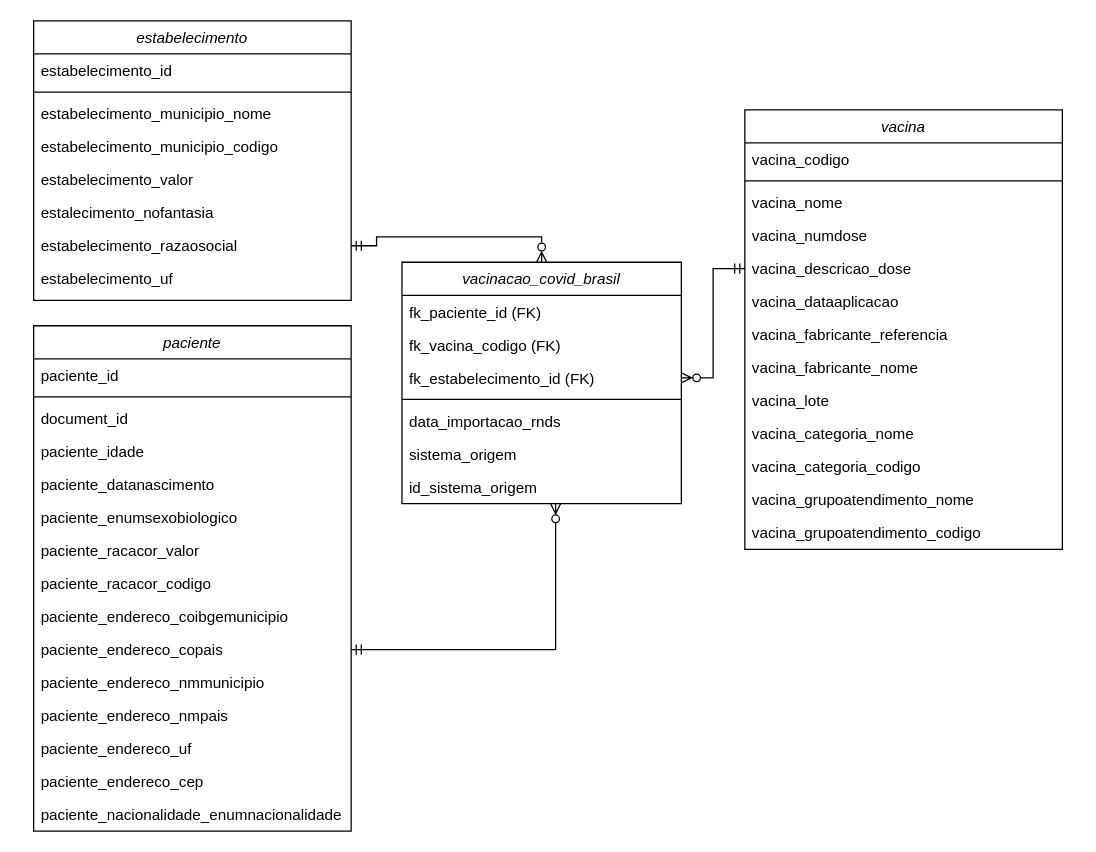
The draw.io diagram ModeloDimensional.drawio in troclaux/dw-trabalho-final-grupo, before the edit. Source tidied: cells renumbered, new cells numbered last; positions are measured from the earlier drawing's top-left corner, leaving out a move shared by most shapes. Both pictures are drawn from the tidied source at 127%, with x=0, y=0 at pixel (33, 20).
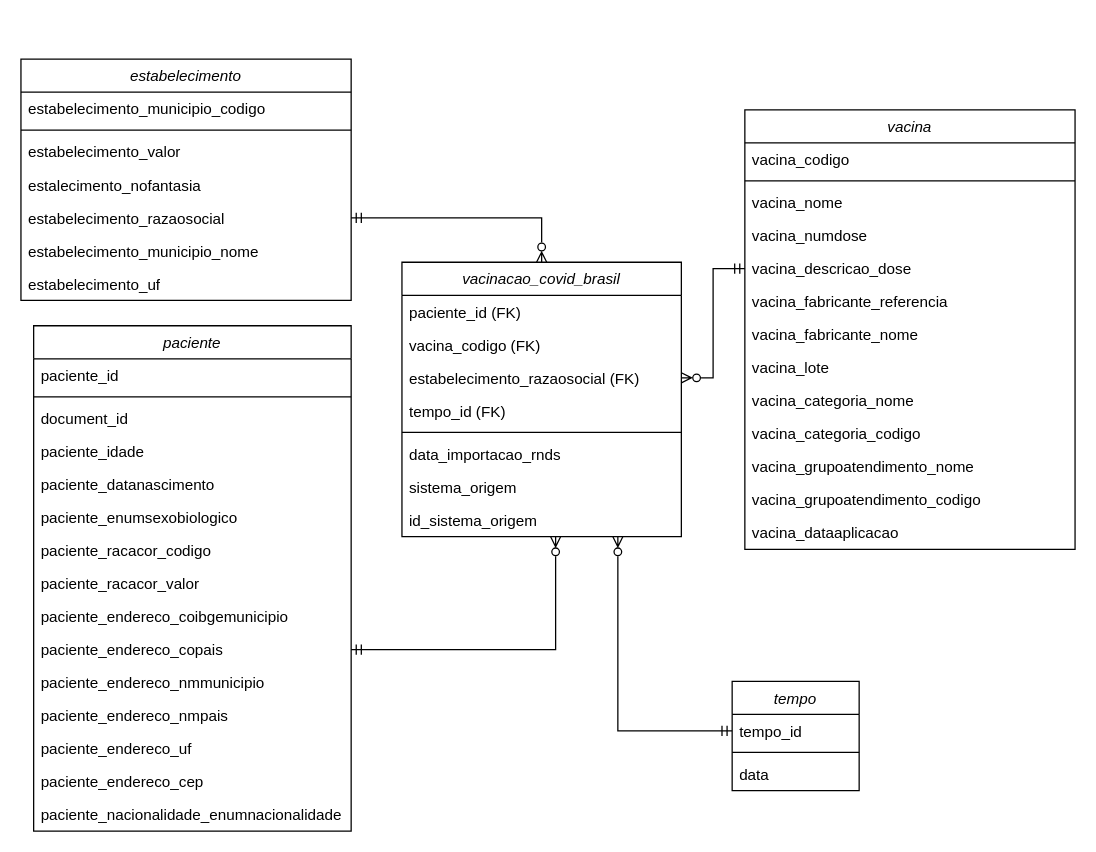
The same diagram, later.

Commit message (it also covers changes not shown here):
chore: atualiza modelo dimensional com datas

The change refers to these unchanged cells:
```xml
<mxCell id="12" value="paciente_endereco_copais" style="text;align=left;verticalAlign=top;spacingLeft=4;spacingRight=4;overflow=hidden;points=[[0,0.5],[1,0.5]];portConstraint=eastwest;" parent="2" vertex="1">
  <mxGeometry y="242" width="250" height="26" as="geometry" />
</mxCell>
```

Change to the diagram source:
```diff
@@
-    <mxCell id="0" />
-    <mxCell id="1" parent="0" />
+    <mxCell id="52" />
+    <mxCell id="53" parent="52" />
-    <mxCell id="2" value="paciente" style="swimlane;fontStyle=2;align=center;verticalAlign=top;horizontal=1;startSize=26;rounded=0;shadow=0;strokeWidth=1;" parent="1" vertex="1">
+    <mxCell id="2" value="paciente" style="swimlane;fontStyle=2;align=center;verticalAlign=top;horizontal=1;startSize=26;rounded=0;shadow=0;strokeWidth=1;" parent="53" vertex="1">
       <mxGeometry y="240" width="250" height="398" as="geometry" />
     </mxCell>
@@
-    <mxCell id="4" style="line;html=1;strokeWidth=1;align=left;verticalAlign=middle;spacingTop=-1;spacingLeft=3;spacingRight=3;labelPosition=right;" parent="2" vertex="1">
-      <mxGeometry y="52" width="250" height="8" as="geometry" />
-    </mxCell>
+    <mxCell id="54" style="line;html=1;strokeWidth=1;align=left;verticalAlign=middle;spacingTop=-1;spacingLeft=3;spacingRight=3;labelPosition=right;" parent="2" vertex="1">
+      <mxGeometry y="52" width="250" height="8" as="geometry" />
+    </mxCell>
@@
+    <mxCell id="10" value="paciente_racacor_codigo" style="text;align=left;verticalAlign=top;spacingLeft=4;spacingRight=4;overflow=hidden;" parent="2" vertex="1">
+      <mxGeometry y="164" width="250" height="26" as="geometry" />
+    </mxCell>
     <mxCell id="9" value="paciente_racacor_valor" style="text;align=left;verticalAlign=top;spacingLeft=4;spacingRight=4;overflow=hidden;" parent="2" vertex="1">
-      <mxGeometry y="164" width="250" height="26" as="geometry" />
+      <mxGeometry y="190" width="250" height="26" as="geometry" />
     </mxCell>
-    <mxCell id="10" value="paciente_racacor_codigo" style="text;align=left;verticalAlign=top;spacingLeft=4;spacingRight=4;overflow=hidden;" parent="2" vertex="1">
-      <mxGeometry y="190" width="250" height="26" as="geometry" />
-    </mxCell>
@@
-    <mxCell id="18" value="vacinacao_covid_brasil" style="swimlane;fontStyle=2;align=center;verticalAlign=top;horizontal=1;startSize=26;rounded=0;shadow=0;strokeWidth=1;" parent="1" vertex="1">
-      <mxGeometry x="290" y="190" width="220" height="190" as="geometry" />
+    <mxCell id="18" value="vacinacao_covid_brasil" style="swimlane;fontStyle=2;align=center;verticalAlign=top;horizontal=1;startSize=26;rounded=0;shadow=0;strokeWidth=1;" parent="53" vertex="1">
+      <mxGeometry x="290" y="190" width="220" height="216" as="geometry" />
     </mxCell>
-    <mxCell id="19" value="fk_paciente_id (FK)" style="text;align=left;verticalAlign=top;spacingLeft=4;spacingRight=4;overflow=hidden;" parent="18" vertex="1">
-      <mxGeometry y="26" width="220" height="26" as="geometry" />
-    </mxCell>
-    <mxCell id="20" value="fk_vacina_codigo (FK)" style="text;align=left;verticalAlign=top;spacingLeft=4;spacingRight=4;overflow=hidden;rounded=0;shadow=0;html=0;" parent="18" vertex="1">
-      <mxGeometry y="52" width="220" height="26" as="geometry" />
-    </mxCell>
-    <mxCell id="21" value="fk_estabelecimento_id (FK)" style="text;align=left;verticalAlign=top;spacingLeft=4;spacingRight=4;overflow=hidden;points=[[0,0.5],[1,0.5]];portConstraint=eastwest;rounded=0;shadow=0;html=0;" parent="18" vertex="1">
-      <mxGeometry y="78" width="220" height="26" as="geometry" />
-    </mxCell>
-    <mxCell id="22" style="line;html=1;strokeWidth=1;align=left;verticalAlign=middle;spacingTop=-1;spacingLeft=3;spacingRight=3;labelPosition=right;" parent="18" vertex="1">
-      <mxGeometry y="104" width="220" height="8" as="geometry" />
-    </mxCell>
+    <mxCell id="55" value="paciente_id (FK)" style="text;align=left;verticalAlign=top;spacingLeft=4;spacingRight=4;overflow=hidden;" parent="18" vertex="1">
+      <mxGeometry y="26" width="220" height="26" as="geometry" />
+    </mxCell>
+    <mxCell id="56" value="vacina_codigo (FK)" style="text;align=left;verticalAlign=top;spacingLeft=4;spacingRight=4;overflow=hidden;rounded=0;shadow=0;html=0;" parent="18" vertex="1">
+      <mxGeometry y="52" width="220" height="26" as="geometry" />
+    </mxCell>
+    <mxCell id="57" value="estabelecimento_razaosocial (FK)" style="text;align=left;verticalAlign=top;spacingLeft=4;spacingRight=4;overflow=hidden;points=[[0,0.5],[1,0.5]];portConstraint=eastwest;rounded=0;shadow=0;html=0;" parent="18" vertex="1">
+      <mxGeometry y="78" width="220" height="26" as="geometry" />
+    </mxCell>
+    <mxCell id="58" value="tempo_id (FK)" style="text;align=left;verticalAlign=top;spacingLeft=4;spacingRight=4;overflow=hidden;rounded=0;shadow=0;html=0;" parent="18" vertex="1">
+      <mxGeometry y="104" width="220" height="26" as="geometry" />
+    </mxCell>
+    <mxCell id="59" style="line;html=1;strokeWidth=1;align=left;verticalAlign=middle;spacingTop=-1;spacingLeft=3;spacingRight=3;labelPosition=right;" parent="18" vertex="1">
+      <mxGeometry y="130" width="220" height="8" as="geometry" />
+    </mxCell>
     <mxCell id="23" value="data_importacao_rnds" style="text;align=left;verticalAlign=top;spacingLeft=4;spacingRight=4;overflow=hidden;" parent="18" vertex="1">
-      <mxGeometry y="112" width="220" height="26" as="geometry" />
+      <mxGeometry y="138" width="220" height="26" as="geometry" />
     </mxCell>
     <mxCell id="24" value="sistema_origem" style="text;align=left;verticalAlign=top;spacingLeft=4;spacingRight=4;overflow=hidden;" parent="18" vertex="1">
-      <mxGeometry y="138" width="220" height="26" as="geometry" />
+      <mxGeometry y="164" width="220" height="26" as="geometry" />
     </mxCell>
     <mxCell id="25" value="id_sistema_origem" style="text;align=left;verticalAlign=top;spacingLeft=4;spacingRight=4;overflow=hidden;points=[[0,0.5],[1,0.5]];portConstraint=eastwest;" parent="18" vertex="1">
-      <mxGeometry y="164" width="220" height="26" as="geometry" />
+      <mxGeometry y="190" width="220" height="26" as="geometry" />
     </mxCell>
-    <mxCell id="26" value="estabelecimento" style="swimlane;fontStyle=2;align=center;verticalAlign=top;horizontal=1;startSize=26;rounded=0;shadow=0;strokeWidth=1;" parent="1" vertex="1">
-      <mxGeometry width="250" height="220" as="geometry" />
+    <mxCell id="26" value="estabelecimento" style="swimlane;fontStyle=2;align=center;verticalAlign=top;horizontal=1;startSize=26;rounded=0;shadow=0;strokeWidth=1;" parent="53" vertex="1">
+      <mxGeometry x="-10" y="30" width="260" height="190" as="geometry" />
     </mxCell>
-    <mxCell id="27" value="estabelecimento_id" style="text;align=left;verticalAlign=top;spacingLeft=4;spacingRight=4;overflow=hidden;" parent="26" vertex="1">
-      <mxGeometry y="26" width="250" height="26" as="geometry" />
-    </mxCell>
-    <mxCell id="28" style="line;html=1;strokeWidth=1;align=left;verticalAlign=middle;spacingTop=-1;spacingLeft=3;spacingRight=3;labelPosition=right;" parent="26" vertex="1">
-      <mxGeometry y="52" width="250" height="8" as="geometry" />
-    </mxCell>
-    <mxCell id="29" value="estabelecimento_municipio_nome" style="text;align=left;verticalAlign=top;spacingLeft=4;spacingRight=4;overflow=hidden;" parent="26" vertex="1">
-      <mxGeometry y="60" width="250" height="26" as="geometry" />
-    </mxCell>
     <mxCell id="30" value="estabelecimento_municipio_codigo" style="text;align=left;verticalAlign=top;spacingLeft=4;spacingRight=4;overflow=hidden;" parent="26" vertex="1">
-      <mxGeometry y="86" width="250" height="26" as="geometry" />
+      <mxGeometry y="26" width="260" height="26" as="geometry" />
     </mxCell>
+    <mxCell id="60" style="line;html=1;strokeWidth=1;align=left;verticalAlign=middle;spacingTop=-1;spacingLeft=3;spacingRight=3;labelPosition=right;" parent="26" vertex="1">
+      <mxGeometry y="52" width="260" height="8" as="geometry" />
+    </mxCell>
     <mxCell id="31" value="estabelecimento_valor" style="text;align=left;verticalAlign=top;spacingLeft=4;spacingRight=4;overflow=hidden;" parent="26" vertex="1">
-      <mxGeometry y="112" width="250" height="26" as="geometry" />
+      <mxGeometry y="60" width="260" height="26" as="geometry" />
     </mxCell>
     <mxCell id="32" value="estalecimento_nofantasia" style="text;align=left;verticalAlign=top;spacingLeft=4;spacingRight=4;overflow=hidden;" parent="26" vertex="1">
-      <mxGeometry y="138" width="250" height="26" as="geometry" />
+      <mxGeometry y="86" width="260" height="26" as="geometry" />
     </mxCell>
     <mxCell id="33" value="estabelecimento_razaosocial" style="text;align=left;verticalAlign=top;spacingLeft=4;spacingRight=4;overflow=hidden;points=[[0,0.5],[1,0.5]];portConstraint=eastwest;" parent="26" vertex="1">
-      <mxGeometry y="164" width="250" height="26" as="geometry" />
+      <mxGeometry y="112" width="260" height="26" as="geometry" />
     </mxCell>
+    <mxCell id="29" value="estabelecimento_municipio_nome" style="text;align=left;verticalAlign=top;spacingLeft=4;spacingRight=4;overflow=hidden;" parent="26" vertex="1">
+      <mxGeometry y="138" width="260" height="26" as="geometry" />
+    </mxCell>
     <mxCell id="34" value="estabelecimento_uf" style="text;align=left;verticalAlign=top;spacingLeft=4;spacingRight=4;overflow=hidden;" parent="26" vertex="1">
-      <mxGeometry y="190" width="250" height="26" as="geometry" />
+      <mxGeometry y="164" width="260" height="26" as="geometry" />
     </mxCell>
-    <mxCell id="35" value="vacina" style="swimlane;fontStyle=2;align=center;verticalAlign=top;horizontal=1;startSize=26;rounded=0;shadow=0;strokeWidth=1;" parent="1" vertex="1">
-      <mxGeometry x="560" y="70" width="250" height="346" as="geometry" />
+    <mxCell id="35" value="vacina" style="swimlane;fontStyle=2;align=center;verticalAlign=top;horizontal=1;startSize=26;rounded=0;shadow=0;strokeWidth=1;" parent="53" vertex="1">
+      <mxGeometry x="560" y="70" width="260" height="346" as="geometry" />
     </mxCell>
     <mxCell id="36" value="vacina_codigo" style="text;align=left;verticalAlign=top;spacingLeft=4;spacingRight=4;overflow=hidden;" parent="35" vertex="1">
-      <mxGeometry y="26" width="250" height="26" as="geometry" />
+      <mxGeometry y="26" width="260" height="26" as="geometry" />
     </mxCell>
-    <mxCell id="37" style="line;html=1;strokeWidth=1;align=left;verticalAlign=middle;spacingTop=-1;spacingLeft=3;spacingRight=3;labelPosition=right;" parent="35" vertex="1">
-      <mxGeometry y="52" width="250" height="8" as="geometry" />
-    </mxCell>
+    <mxCell id="61" style="line;html=1;strokeWidth=1;align=left;verticalAlign=middle;spacingTop=-1;spacingLeft=3;spacingRight=3;labelPosition=right;" parent="35" vertex="1">
+      <mxGeometry y="52" width="260" height="8" as="geometry" />
+    </mxCell>
     <mxCell id="38" value="vacina_nome" style="text;align=left;verticalAlign=top;spacingLeft=4;spacingRight=4;overflow=hidden;" parent="35" vertex="1">
-      <mxGeometry y="60" width="250" height="26" as="geometry" />
+      <mxGeometry y="60" width="260" height="26" as="geometry" />
     </mxCell>
     <mxCell id="39" value="vacina_numdose" style="text;align=left;verticalAlign=top;spacingLeft=4;spacingRight=4;overflow=hidden;" parent="35" vertex="1">
-      <mxGeometry y="86" width="250" height="26" as="geometry" />
+      <mxGeometry y="86" width="260" height="26" as="geometry" />
     </mxCell>
     <mxCell id="40" value="vacina_descricao_dose" style="text;align=left;verticalAlign=top;spacingLeft=4;spacingRight=4;overflow=hidden;points=[[0,0.5],[1,0.5]];portConstraint=eastwest;" parent="35" vertex="1">
-      <mxGeometry y="112" width="250" height="26" as="geometry" />
+      <mxGeometry y="112" width="260" height="26" as="geometry" />
     </mxCell>
-    <mxCell id="41" value="vacina_dataaplicacao" style="text;align=left;verticalAlign=top;spacingLeft=4;spacingRight=4;overflow=hidden;" parent="35" vertex="1">
-      <mxGeometry y="138" width="250" height="26" as="geometry" />
-    </mxCell>
     <mxCell id="42" value="vacina_fabricante_referencia" style="text;align=left;verticalAlign=top;spacingLeft=4;spacingRight=4;overflow=hidden;" parent="35" vertex="1">
-      <mxGeometry y="164" width="250" height="26" as="geometry" />
+      <mxGeometry y="138" width="260" height="26" as="geometry" />
     </mxCell>
     <mxCell id="43" value="vacina_fabricante_nome" style="text;align=left;verticalAlign=top;spacingLeft=4;spacingRight=4;overflow=hidden;" parent="35" vertex="1">
-      <mxGeometry y="190" width="250" height="26" as="geometry" />
+      <mxGeometry y="164" width="260" height="26" as="geometry" />
     </mxCell>
     <mxCell id="44" value="vacina_lote" style="text;align=left;verticalAlign=top;spacingLeft=4;spacingRight=4;overflow=hidden;" parent="35" vertex="1">
-      <mxGeometry y="216" width="250" height="26" as="geometry" />
+      <mxGeometry y="190" width="260" height="26" as="geometry" />
     </mxCell>
     <mxCell id="45" value="vacina_categoria_nome" style="text;align=left;verticalAlign=top;spacingLeft=4;spacingRight=4;overflow=hidden;" parent="35" vertex="1">
-      <mxGeometry y="242" width="250" height="26" as="geometry" />
+      <mxGeometry y="216" width="260" height="26" as="geometry" />
     </mxCell>
     <mxCell id="46" value="vacina_categoria_codigo" style="text;align=left;verticalAlign=top;spacingLeft=4;spacingRight=4;overflow=hidden;" parent="35" vertex="1">
-      <mxGeometry y="268" width="250" height="26" as="geometry" />
+      <mxGeometry y="242" width="260" height="26" as="geometry" />
     </mxCell>
     <mxCell id="47" value="vacina_grupoatendimento_nome" style="text;align=left;verticalAlign=top;spacingLeft=4;spacingRight=4;overflow=hidden;" parent="35" vertex="1">
-      <mxGeometry y="294" width="250" height="26" as="geometry" />
+      <mxGeometry y="268" width="260" height="26" as="geometry" />
     </mxCell>
     <mxCell id="48" value="vacina_grupoatendimento_codigo" style="text;align=left;verticalAlign=top;spacingLeft=4;spacingRight=4;overflow=hidden;" parent="35" vertex="1">
-      <mxGeometry y="320" width="250" height="26" as="geometry" />
+      <mxGeometry y="294" width="260" height="26" as="geometry" />
     </mxCell>
+    <mxCell id="41" value="vacina_dataaplicacao" style="text;align=left;verticalAlign=top;spacingLeft=4;spacingRight=4;overflow=hidden;" parent="35" vertex="1">
+      <mxGeometry y="320" width="260" height="26" as="geometry" />
+    </mxCell>
-    <mxCell id="49" style="edgeStyle=orthogonalEdgeStyle;rounded=0;jettySize=auto;html=1;exitX=1;exitY=0.5;exitDx=0;exitDy=0;entryX=0.5;entryY=0;entryDx=0;entryDy=0;startArrow=ERmandOne;startFill=0;endArrow=ERzeroToMany;endFill=0;" parent="1" edge="1" source="33" target="18">
+    <mxCell id="49" style="edgeStyle=orthogonalEdgeStyle;rounded=0;jettySize=auto;html=1;exitX=1;exitY=0.5;exitDx=0;exitDy=0;entryX=0.5;entryY=0;entryDx=0;entryDy=0;startArrow=ERmandOne;startFill=0;endArrow=ERzeroToMany;endFill=0;" parent="53" edge="1" source="33" target="18">
       <mxGeometry relative="1" as="geometry" />
     </mxCell>
-    <mxCell id="50" style="edgeStyle=orthogonalEdgeStyle;rounded=0;jettySize=auto;html=1;exitX=1;exitY=0.5;exitDx=0;exitDy=0;entryX=0.55;entryY=1;entryDx=0;entryDy=0;entryPerimeter=0;startArrow=ERmandOne;startFill=0;endArrow=ERzeroToMany;endFill=0;" parent="1" edge="1" source="12" target="25">
+    <mxCell id="50" style="edgeStyle=orthogonalEdgeStyle;rounded=0;jettySize=auto;html=1;exitX=1;exitY=0.5;exitDx=0;exitDy=0;entryX=0.55;entryY=1;entryDx=0;entryDy=0;entryPerimeter=0;startArrow=ERmandOne;startFill=0;endArrow=ERzeroToMany;endFill=0;" parent="53" edge="1" source="12" target="25">
       <mxGeometry relative="1" as="geometry" />
     </mxCell>
-    <mxCell id="51" style="edgeStyle=orthogonalEdgeStyle;rounded=0;jettySize=auto;html=1;exitX=0;exitY=0.5;exitDx=0;exitDy=0;entryX=1;entryY=0.5;entryDx=0;entryDy=0;startArrow=ERmandOne;startFill=0;endArrow=ERzeroToMany;endFill=0;" parent="1" edge="1" source="40" target="21">
-      <mxGeometry relative="1" as="geometry" />
-    </mxCell>
+    <mxCell id="62" style="edgeStyle=orthogonalEdgeStyle;rounded=0;jettySize=auto;html=1;exitX=0;exitY=0.5;exitDx=0;exitDy=0;entryX=1;entryY=0.5;entryDx=0;entryDy=0;startArrow=ERmandOne;startFill=0;endArrow=ERzeroToMany;endFill=0;" parent="53" edge="1" source="40" target="57">
+      <mxGeometry relative="1" as="geometry" />
+    </mxCell>
+    <mxCell id="63" value="tempo" style="swimlane;fontStyle=2;align=center;verticalAlign=top;horizontal=1;startSize=26;rounded=0;shadow=0;strokeWidth=1;" parent="53" vertex="1">
+      <mxGeometry x="550" y="520" width="100" height="86" as="geometry" />
+    </mxCell>
+    <mxCell id="64" value="tempo_id" style="text;align=left;verticalAlign=top;spacingLeft=4;spacingRight=4;overflow=hidden;" parent="63" vertex="1">
+      <mxGeometry y="26" width="100" height="26" as="geometry" />
+    </mxCell>
+    <mxCell id="65" style="line;html=1;strokeWidth=1;align=left;verticalAlign=middle;spacingTop=-1;spacingLeft=3;spacingRight=3;labelPosition=right;" parent="63" vertex="1">
+      <mxGeometry y="52" width="100" height="8" as="geometry" />
+    </mxCell>
+    <mxCell id="66" value="data" style="text;align=left;verticalAlign=top;spacingLeft=4;spacingRight=4;overflow=hidden;" parent="63" vertex="1">
+      <mxGeometry y="60" width="100" height="26" as="geometry" />
+    </mxCell>
+    <mxCell id="67" style="edgeStyle=orthogonalEdgeStyle;rounded=0;jettySize=auto;html=1;startArrow=ERmandOne;startFill=0;endArrow=ERzeroToMany;endFill=0;exitX=0;exitY=0.5;exitDx=0;exitDy=0;" parent="53" edge="1" target="25">
+      <mxGeometry relative="1" as="geometry">
+        <mxPoint x="550" y="559" as="sourcePoint" />
+        <Array as="points">
+          <mxPoint x="460" y="559" />
+        </Array>
+      </mxGeometry>
+    </mxCell>
```
